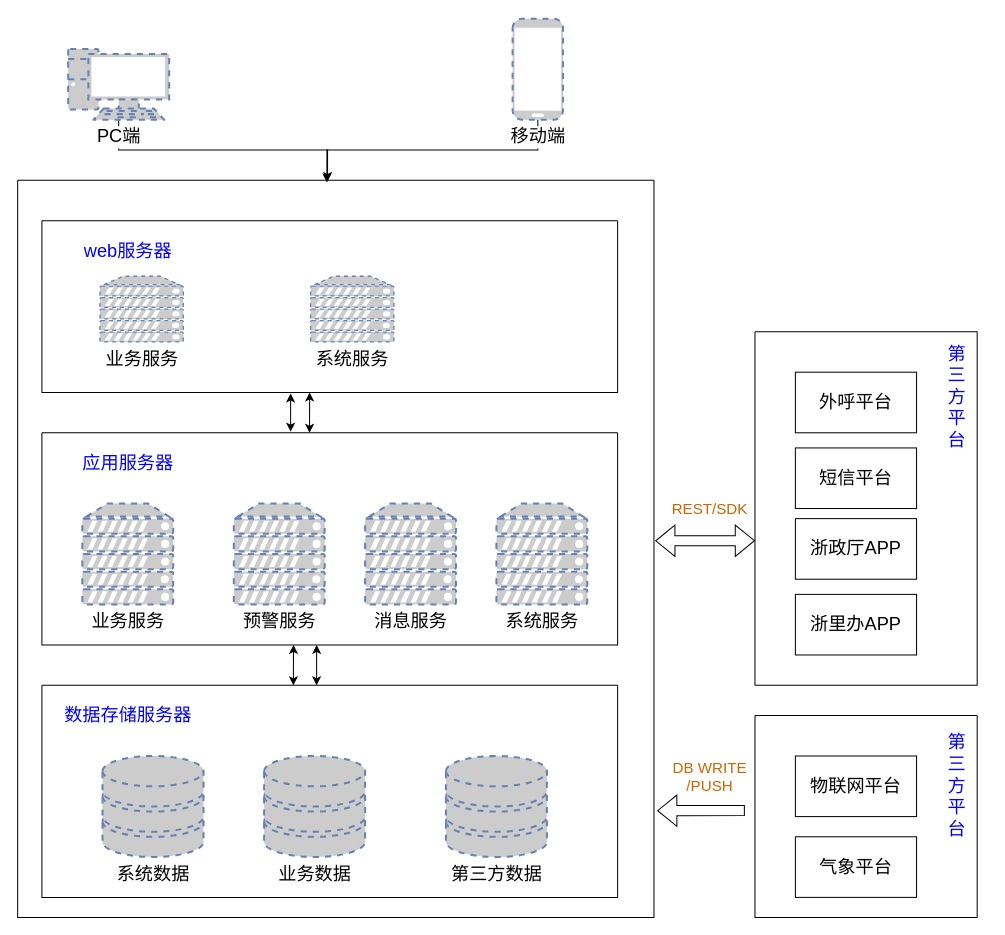
Before: 柯城地灾部署.drawio in shoacom/docs, a draw.io diagram. Source tidied: cells renumbered, new cells numbered last; positions are measured from the earlier drawing's top-left corner, leaving out a move shared by most shapes. Both pictures are drawn from the tidied source at 101%, with x=0, y=0 at pixel (17, 18).
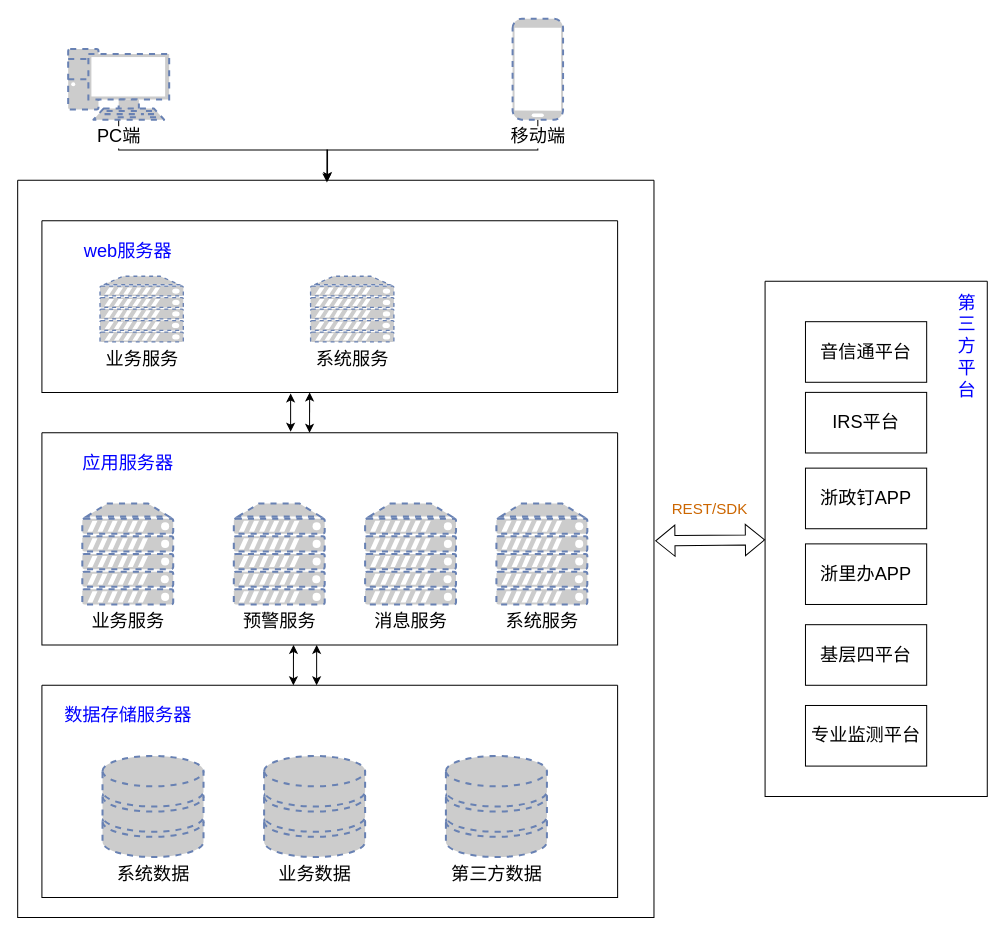
The same page after the edit.

Commit message:
Update 柯城地灾部署.drawio

Unchanged cells that the change refers to:
```xml
<mxCell id="8" style="swimlane;startSize=0;labelBackgroundColor=default;fontSize=18;fontColor=default;strokeColor=default;fillColor=default;" parent="1" vertex="1">
  <mxGeometry y="160" width="630" height="730" as="geometry" />
</mxCell>
```

Diff of the diagram source:
```diff
@@
     <mxCell id="2" style="swimlane;startSize=0;labelBackgroundColor=default;fontSize=22;fontColor=default;strokeColor=default;fillColor=default;" parent="1" vertex="1">
-      <mxGeometry x="730" y="310" width="220" height="350" as="geometry" />
+      <mxGeometry x="740" y="260" width="220" height="510" as="geometry" />
     </mxCell>
-    <mxCell id="3" value="外呼平台" style="rounded=0;whiteSpace=wrap;html=1;labelBackgroundColor=default;fontSize=18;fontColor=default;strokeColor=default;fillColor=default;" parent="2" vertex="1">
+    <mxCell id="3" value="音信通平台" style="rounded=0;whiteSpace=wrap;html=1;labelBackgroundColor=default;fontSize=18;fontColor=default;strokeColor=default;fillColor=default;" parent="2" vertex="1">
       <mxGeometry x="40" y="40" width="120" height="60" as="geometry" />
     </mxCell>
-    <mxCell id="4" value="短信平台" style="rounded=0;whiteSpace=wrap;html=1;labelBackgroundColor=default;fontSize=18;fontColor=default;strokeColor=default;fillColor=default;" parent="2" vertex="1">
-      <mxGeometry x="40" y="115" width="120" height="60" as="geometry" />
-    </mxCell>
-    <mxCell id="5" value="浙政厅APP" style="rounded=0;whiteSpace=wrap;html=1;labelBackgroundColor=default;fontSize=18;fontColor=default;strokeColor=default;fillColor=default;" parent="2" vertex="1">
+    <mxCell id="5" value="浙政钉APP" style="rounded=0;whiteSpace=wrap;html=1;labelBackgroundColor=default;fontSize=18;fontColor=default;strokeColor=default;fillColor=default;" parent="2" vertex="1">
       <mxGeometry x="40" y="185" width="120" height="60" as="geometry" />
     </mxCell>
@@
+    <mxCell id="40" value="基层四平台" style="rounded=0;whiteSpace=wrap;html=1;labelBackgroundColor=default;fontSize=18;fontColor=default;strokeColor=default;fillColor=default;" parent="2" vertex="1">
+      <mxGeometry x="40" y="340" width="120" height="60" as="geometry" />
+    </mxCell>
+    <mxCell id="41" value="专业监测平台" style="rounded=0;whiteSpace=wrap;html=1;labelBackgroundColor=default;fontSize=18;fontColor=default;strokeColor=default;fillColor=default;" parent="2" vertex="1">
+      <mxGeometry x="40" y="420" width="120" height="60" as="geometry" />
+    </mxCell>
+    <mxCell id="42" value="IRS平台" style="rounded=0;whiteSpace=wrap;html=1;labelBackgroundColor=default;fontSize=18;fontColor=default;strokeColor=default;fillColor=default;" parent="2" vertex="1">
+      <mxGeometry x="40" y="110" width="120" height="60" as="geometry" />
+    </mxCell>
@@
-    <mxCell id="28" style="shape=flexArrow;endArrow=classic;startArrow=classic;html=1;rounded=0;fontSize=18;fontColor=default;strokeColor=default;labelBackgroundColor=default;exitX=1.002;exitY=0.489;exitDx=0;exitDy=0;entryX=0;entryY=0.591;entryDx=0;entryDy=0;entryPerimeter=0;exitPerimeter=0;" parent="1" edge="1" source="8" target="2">
+    <mxCell id="28" style="shape=flexArrow;endArrow=classic;startArrow=classic;html=1;rounded=0;fontSize=18;fontColor=default;strokeColor=default;labelBackgroundColor=default;exitX=1.002;exitY=0.489;exitDx=0;exitDy=0;exitPerimeter=0;" parent="1" edge="1" source="8" target="2">
       <mxGeometry relative="1" as="geometry" />
     </mxCell>
@@
-    <mxCell id="30" style="swimlane;startSize=0;labelBackgroundColor=default;fontSize=22;fontColor=default;strokeColor=default;fillColor=default;" parent="1" vertex="1">
-      <mxGeometry x="730" y="690" width="220" height="200" as="geometry" />
-    </mxCell>
-    <mxCell id="31" value="物联网平台" style="rounded=0;whiteSpace=wrap;html=1;labelBackgroundColor=default;fontSize=18;fontColor=default;strokeColor=default;fillColor=default;" parent="30" vertex="1">
-      <mxGeometry x="40" y="40" width="120" height="60" as="geometry" />
-    </mxCell>
-    <mxCell id="32" value="第三方平台" style="rounded=0;whiteSpace=wrap;html=1;labelBackgroundColor=default;fontSize=18;fontColor=#0000FF;strokeColor=none;fillColor=none;dashed=1;strokeWidth=0;" parent="30" vertex="1">
-      <mxGeometry x="190" y="5" width="20" height="130" as="geometry" />
-    </mxCell>
-    <mxCell id="33" value="气象平台" style="rounded=0;whiteSpace=wrap;html=1;labelBackgroundColor=default;fontSize=18;fontColor=default;strokeColor=default;fillColor=default;" parent="30" vertex="1">
-      <mxGeometry x="40" y="120" width="120" height="60" as="geometry" />
-    </mxCell>
@@
-    <mxCell id="38" style="shape=flexArrow;endArrow=classic;html=1;rounded=0;labelBackgroundColor=default;fontSize=18;fontColor=default;strokeColor=default;entryX=1.005;entryY=0.855;entryDx=0;entryDy=0;entryPerimeter=0;" parent="1" edge="1" target="8">
-      <mxGeometry relative="1" as="geometry">
-        <mxPoint x="720" y="784" as="sourcePoint" />
-      </mxGeometry>
-    </mxCell>
-    <mxCell id="39" value="DB WRITE&lt;br&gt;/PUSH" style="text;html=1;align=center;verticalAlign=middle;strokeColor=none;fillColor=none;fontSize=15;fontColor=#CC6600;" parent="1" vertex="1">
-      <mxGeometry x="640" y="730" width="90" height="40" as="geometry" />
-    </mxCell>
```
